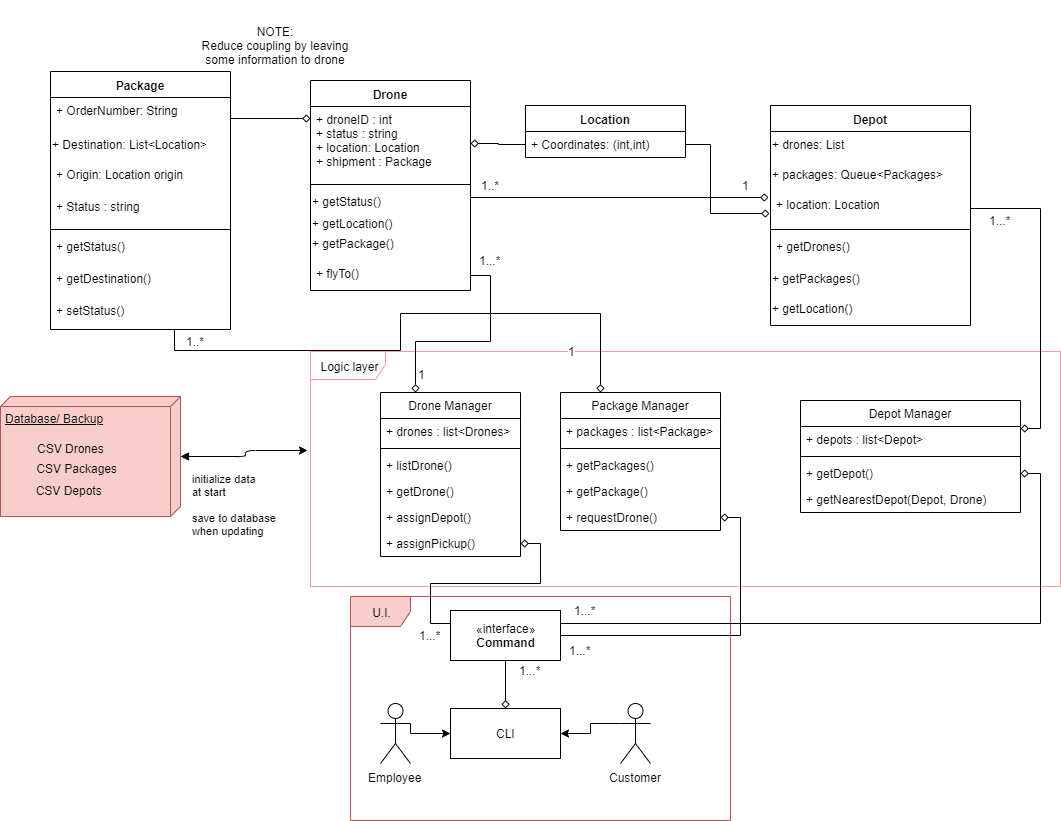
Earlier version of the draw.io export artifacts/Package Tracker Class Diagram.png (ssp7/Package-Tracker). Source tidied: cells renumbered, new cells last; positions are measured from the earlier drawing's top-left corner, leaving out a move shared by most shapes.
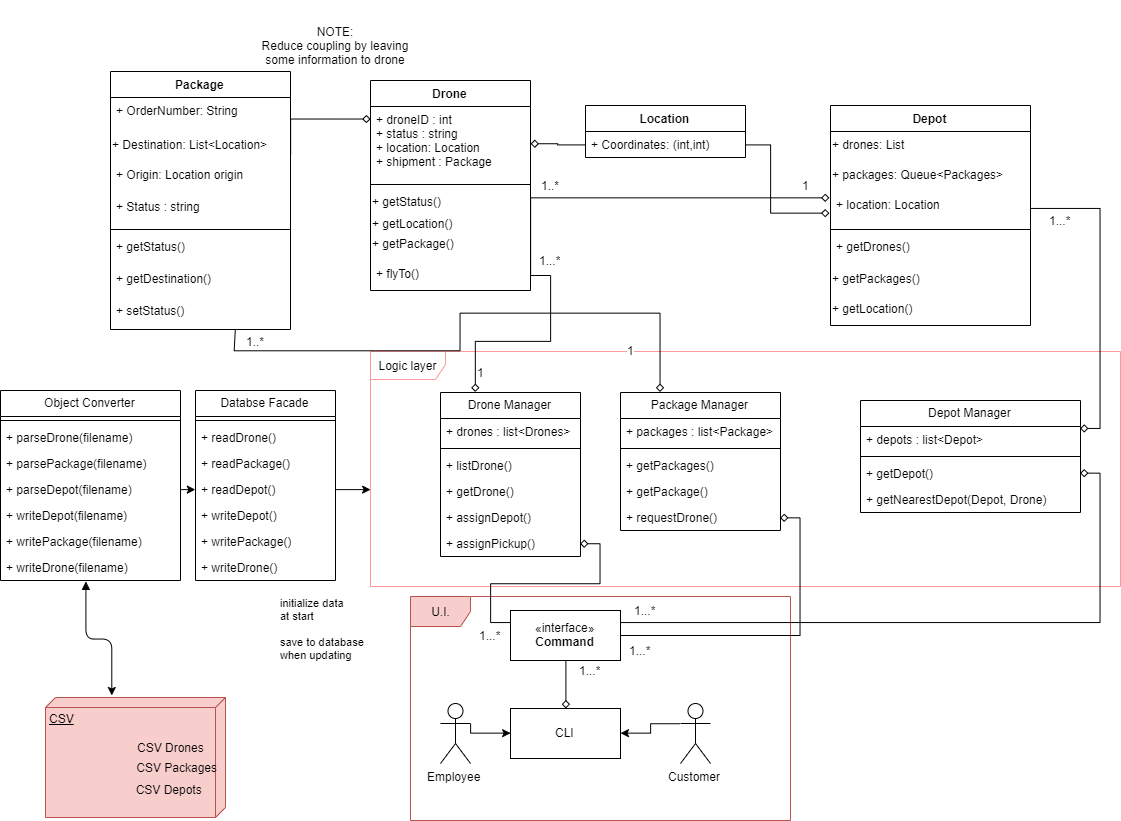
After the commit.

Commit message:
Updated class diagram to reflect changes.

The edit, as a diff of the source:
```diff
@@ -214,12 +214,6 @@
     <mxCell id="61" value="1" style="text;html=1;align=center;verticalAlign=middle;" parent="1" vertex="1">
       <mxGeometry x="735" y="175" width="20" height="20" as="geometry" />
     </mxCell>
-    <mxCell id="62" value="Database/ Backup&lt;br&gt;" style="verticalAlign=top;align=left;spacingTop=8;spacingLeft=2;spacingRight=12;shape=cube;size=10;direction=south;fontStyle=4;html=1;fillColor=#f8cecc;strokeColor=#b85450;" parent="1" vertex="1">
-      <mxGeometry y="396" width="180" height="120" as="geometry" />
-    </mxCell>
-    <mxCell id="63" value="initialize data&lt;br&gt;at start&lt;br&gt;&lt;br&gt;save to database&lt;br&gt;when updating" style="endArrow=block;endFill=1;html=1;edgeStyle=orthogonalEdgeStyle;align=left;verticalAlign=top;exitX=-0.004;exitY=0.422;exitDx=0;exitDy=0;exitPerimeter=0;startArrow=classic;startFill=1;" parent="1" edge="1" source="2" target="62">
-      <mxGeometry x="0.86" y="10" relative="1" as="geometry" />
-    </mxCell>
     <mxCell id="64" value="«interface»&lt;br&gt;&lt;b&gt;Command&lt;/b&gt;" style="html=1;" parent="1" vertex="1">
       <mxGeometry x="450" y="610" width="110" height="50" as="geometry" />
     </mxCell>
@@ -256,23 +250,85 @@
     <mxCell id="75" value="1...*" style="text;html=1;align=center;verticalAlign=middle;" parent="1" vertex="1">
       <mxGeometry x="980" y="210" width="40" height="20" as="geometry" />
     </mxCell>
+    <mxCell id="79" value="1...*" style="text;html=1;align=center;verticalAlign=middle;" parent="1" vertex="1">
+      <mxGeometry x="560" y="640" width="40" height="20" as="geometry" />
+    </mxCell>
+    <mxCell id="80" value="1...*" style="text;html=1;align=center;verticalAlign=middle;" parent="1" vertex="1">
+      <mxGeometry x="565" y="600" width="40" height="20" as="geometry" />
+    </mxCell>
+    <mxCell id="81" value="1...*" style="text;html=1;align=center;verticalAlign=middle;" parent="1" vertex="1">
+      <mxGeometry x="410" y="625" width="40" height="20" as="geometry" />
+    </mxCell>
+    <mxCell id="82" value="Object Converter" style="swimlane;fontStyle=0;horizontal=1;startSize=26;fillColor=none;" parent="1" vertex="1">
+      <mxGeometry x="-60" y="390" width="180" height="190" as="geometry" />
+    </mxCell>
+    <mxCell id="83" style="line;strokeWidth=1;fillColor=none;align=left;verticalAlign=middle;spacingTop=-1;spacingLeft=3;spacingRight=3;labelPosition=right;" parent="82" vertex="1">
+      <mxGeometry y="26" width="180" height="8" as="geometry" />
+    </mxCell>
+    <mxCell id="84" value="+ parseDrone(filename)" style="text;strokeColor=none;fillColor=none;align=left;verticalAlign=top;spacingLeft=4;spacingRight=4;overflow=hidden;" parent="82" vertex="1">
+      <mxGeometry y="34" width="180" height="26" as="geometry" />
+    </mxCell>
+    <mxCell id="85" value="+ parsePackage(filename)" style="text;strokeColor=none;fillColor=none;align=left;verticalAlign=top;spacingLeft=4;spacingRight=4;overflow=hidden;" parent="82" vertex="1">
+      <mxGeometry y="60" width="180" height="26" as="geometry" />
+    </mxCell>
+    <mxCell id="86" value="+ parseDepot(filename)" style="text;strokeColor=none;fillColor=none;align=left;verticalAlign=top;spacingLeft=4;spacingRight=4;overflow=hidden;points=[[0,0.5],[1,0.5]];portConstraint=eastwest;" parent="82" vertex="1">
+      <mxGeometry y="86" width="180" height="26" as="geometry" />
+    </mxCell>
+    <mxCell id="87" value="+ writeDepot(filename)" style="text;strokeColor=none;fillColor=none;align=left;verticalAlign=top;spacingLeft=4;spacingRight=4;overflow=hidden;" parent="82" vertex="1">
+      <mxGeometry y="112" width="180" height="26" as="geometry" />
+    </mxCell>
+    <mxCell id="88" value="+ writePackage(filename)" style="text;strokeColor=none;fillColor=none;align=left;verticalAlign=top;spacingLeft=4;spacingRight=4;overflow=hidden;" parent="82" vertex="1">
+      <mxGeometry y="138" width="180" height="26" as="geometry" />
+    </mxCell>
+    <mxCell id="89" value="+ writeDrone(filename)" style="text;strokeColor=none;fillColor=none;align=left;verticalAlign=top;spacingLeft=4;spacingRight=4;overflow=hidden;points=[[0,0.5],[1,0.5]];portConstraint=eastwest;" parent="82" vertex="1">
+      <mxGeometry y="164" width="180" height="26" as="geometry" />
+    </mxCell>
+    <mxCell id="90" value="CSV" style="verticalAlign=top;align=left;spacingTop=8;spacingLeft=2;spacingRight=12;shape=cube;size=10;direction=south;fontStyle=4;html=1;fillColor=#f8cecc;strokeColor=#b85450;" parent="1" vertex="1">
+      <mxGeometry x="-15" y="697" width="180" height="120" as="geometry" />
+    </mxCell>
     <mxCell id="76" value="&amp;nbsp; &amp;nbsp;CSV Drones" style="text;html=1;align=center;verticalAlign=middle;" parent="1" vertex="1">
-      <mxGeometry x="20" y="437.5" width="90" height="20" as="geometry" />
+      <mxGeometry x="60" y="737" width="90" height="20" as="geometry" />
     </mxCell>
     <mxCell id="77" value="&amp;nbsp;CSV Packages" style="text;html=1;align=center;verticalAlign=middle;" parent="1" vertex="1">
-      <mxGeometry x="25" y="457.5" width="100" height="20" as="geometry" />
+      <mxGeometry x="65" y="757" width="100" height="20" as="geometry" />
     </mxCell>
     <mxCell id="78" value="&amp;nbsp; CSV Depots" style="text;html=1;align=center;verticalAlign=middle;" parent="1" vertex="1">
-      <mxGeometry x="20" y="479.5" width="90" height="20" as="geometry" />
+      <mxGeometry x="60" y="779" width="90" height="20" as="geometry" />
     </mxCell>
-    <mxCell id="79" value="1...*" style="text;html=1;align=center;verticalAlign=middle;" parent="1" vertex="1">
-      <mxGeometry x="560" y="640" width="40" height="20" as="geometry" />
-    </mxCell>
-    <mxCell id="80" value="1...*" style="text;html=1;align=center;verticalAlign=middle;" parent="1" vertex="1">
-      <mxGeometry x="565" y="600" width="40" height="20" as="geometry" />
-    </mxCell>
-    <mxCell id="81" value="1...*" style="text;html=1;align=center;verticalAlign=middle;" parent="1" vertex="1">
-      <mxGeometry x="410" y="625" width="40" height="20" as="geometry" />
-    </mxCell>
+    <mxCell id="63" value="initialize data&lt;br&gt;at start&lt;br&gt;&lt;br&gt;save to database&lt;br&gt;when updating" style="endArrow=block;endFill=1;html=1;edgeStyle=orthogonalEdgeStyle;align=left;verticalAlign=top;exitX=-0.017;exitY=0.63;exitDx=0;exitDy=0;exitPerimeter=0;startArrow=classic;startFill=1;entryX=0.473;entryY=1.023;entryDx=0;entryDy=0;entryPerimeter=0;" parent="1" edge="1" source="90" target="89">
+      <mxGeometry x="-0.17" y="-175" relative="1" as="geometry">
+        <mxPoint x="168" y="126" as="offset" />
+      </mxGeometry>
+    </mxCell>
+    <mxCell id="91" value="Databse Facade" style="swimlane;fontStyle=0;horizontal=1;startSize=26;fillColor=none;" parent="1" vertex="1">
+      <mxGeometry x="135" y="390" width="140" height="190" as="geometry" />
+    </mxCell>
+    <mxCell id="92" style="line;strokeWidth=1;fillColor=none;align=left;verticalAlign=middle;spacingTop=-1;spacingLeft=3;spacingRight=3;labelPosition=right;" parent="91" vertex="1">
+      <mxGeometry y="26" width="140" height="8" as="geometry" />
+    </mxCell>
+    <mxCell id="93" value="+ readDrone()" style="text;strokeColor=none;fillColor=none;align=left;verticalAlign=top;spacingLeft=4;spacingRight=4;overflow=hidden;" parent="91" vertex="1">
+      <mxGeometry y="34" width="140" height="26" as="geometry" />
+    </mxCell>
+    <mxCell id="94" value="+ readPackage()" style="text;strokeColor=none;fillColor=none;align=left;verticalAlign=top;spacingLeft=4;spacingRight=4;overflow=hidden;" parent="91" vertex="1">
+      <mxGeometry y="60" width="140" height="26" as="geometry" />
+    </mxCell>
+    <mxCell id="95" value="+ readDepot()" style="text;strokeColor=none;fillColor=none;align=left;verticalAlign=top;spacingLeft=4;spacingRight=4;overflow=hidden;points=[[0,0.5],[1,0.5]];portConstraint=eastwest;" parent="91" vertex="1">
+      <mxGeometry y="86" width="140" height="26" as="geometry" />
+    </mxCell>
+    <mxCell id="96" value="+ writeDepot()" style="text;strokeColor=none;fillColor=none;align=left;verticalAlign=top;spacingLeft=4;spacingRight=4;overflow=hidden;" parent="91" vertex="1">
+      <mxGeometry y="112" width="140" height="26" as="geometry" />
+    </mxCell>
+    <mxCell id="97" value="+ writePackage()" style="text;strokeColor=none;fillColor=none;align=left;verticalAlign=top;spacingLeft=4;spacingRight=4;overflow=hidden;" parent="91" vertex="1">
+      <mxGeometry y="138" width="140" height="26" as="geometry" />
+    </mxCell>
+    <mxCell id="98" value="+ writeDrone()" style="text;strokeColor=none;fillColor=none;align=left;verticalAlign=top;spacingLeft=4;spacingRight=4;overflow=hidden;" parent="91" vertex="1">
+      <mxGeometry y="164" width="140" height="26" as="geometry" />
+    </mxCell>
+    <mxCell id="99" style="edgeStyle=orthogonalEdgeStyle;rounded=0;jettySize=auto;html=1;exitX=1;exitY=0.5;exitDx=0;exitDy=0;entryX=0;entryY=0.5;entryDx=0;entryDy=0;" parent="1" edge="1" source="86" target="95">
+      <mxGeometry relative="1" as="geometry" />
+    </mxCell>
+    <mxCell id="100" style="edgeStyle=orthogonalEdgeStyle;rounded=0;jettySize=auto;html=1;exitX=1;exitY=0.5;exitDx=0;exitDy=0;entryX=0;entryY=0.587;entryDx=0;entryDy=0;entryPerimeter=0;" parent="1" edge="1" source="95" target="2">
+      <mxGeometry relative="1" as="geometry" />
+    </mxCell>
   </root>
 </mxGraphModel>
```
